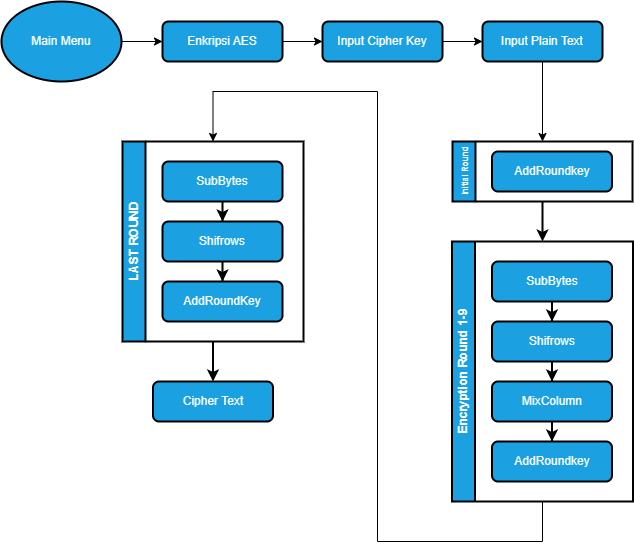
Before: image/Encrypt_AES.png, a diagram exported from draw.io (Cobalttt2311/Kelompok-B6). Source tidied: cells renumbered, new cells last; positions are measured from the earlier drawing's top-left corner, leaving out a move shared by most shapes.
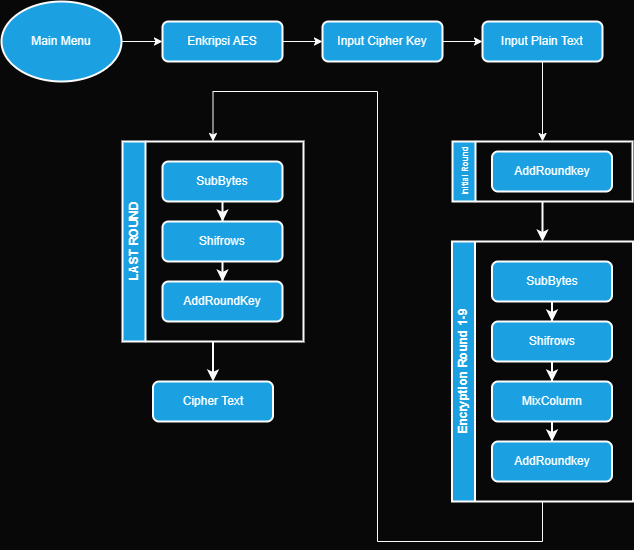
After the change.

What changed in the source:
```diff
@@ -1,26 +1,26 @@
-<mxGraphModel>
+<mxGraphModel background="#080808">
   <root>
     <mxCell id="0" />
     <mxCell id="1" parent="0" />
-    <mxCell id="2" style="edgeStyle=orthogonalEdgeStyle;rounded=0;jettySize=auto;html=1;entryX=0;entryY=0.5;entryDx=0;entryDy=0;" parent="1" edge="1" source="3" target="5">
+    <mxCell id="2" style="edgeStyle=orthogonalEdgeStyle;rounded=0;jettySize=auto;html=1;entryX=0;entryY=0.5;entryDx=0;entryDy=0;strokeColor=#fdfcfc;" parent="1" edge="1" source="3" target="5">
       <mxGeometry relative="1" as="geometry" />
     </mxCell>
-    <mxCell id="3" value="Enkripsi AES" style="rounded=1;whiteSpace=wrap;html=1;fontSize=12;glass=0;strokeWidth=2;shadow=0;fillColor=#1ba1e2;strokeColor=#000000;fontColor=#ffffff;" parent="1" vertex="1">
+    <mxCell id="3" value="Enkripsi AES" style="rounded=1;whiteSpace=wrap;html=1;fontSize=12;glass=0;strokeWidth=2;shadow=0;fillColor=#1ba1e2;strokeColor=#fdfcfc;fontColor=#ffffff;" parent="1" vertex="1">
       <mxGeometry x="161" y="20" width="120" height="40" as="geometry" />
     </mxCell>
-    <mxCell id="4" style="edgeStyle=orthogonalEdgeStyle;rounded=0;jettySize=auto;html=1;entryX=0;entryY=0.5;entryDx=0;entryDy=0;" parent="1" edge="1" source="5" target="7">
+    <mxCell id="4" style="edgeStyle=orthogonalEdgeStyle;rounded=0;jettySize=auto;html=1;entryX=0;entryY=0.5;entryDx=0;entryDy=0;strokeColor=#fdfcfc;" parent="1" edge="1" source="5" target="7">
       <mxGeometry relative="1" as="geometry" />
     </mxCell>
-    <mxCell id="5" value="Input Cipher Key" style="rounded=1;whiteSpace=wrap;html=1;fontSize=12;glass=0;strokeWidth=2;shadow=0;fillColor=#1ba1e2;strokeColor=#000000;fontColor=#ffffff;" parent="1" vertex="1">
+    <mxCell id="5" value="Input Cipher Key" style="rounded=1;whiteSpace=wrap;html=1;fontSize=12;glass=0;strokeWidth=2;shadow=0;fillColor=#1ba1e2;strokeColor=#fdfcfc;fontColor=#ffffff;" parent="1" vertex="1">
       <mxGeometry x="321" y="20" width="120" height="40" as="geometry" />
     </mxCell>
-    <mxCell id="6" style="edgeStyle=orthogonalEdgeStyle;rounded=0;jettySize=auto;html=1;entryX=0.5;entryY=0;entryDx=0;entryDy=0;" parent="1" edge="1" source="7" target="18">
+    <mxCell id="6" style="edgeStyle=orthogonalEdgeStyle;rounded=0;jettySize=auto;html=1;entryX=0.5;entryY=0;entryDx=0;entryDy=0;strokeColor=#fdfcfc;" parent="1" edge="1" source="7" target="18">
       <mxGeometry relative="1" as="geometry" />
     </mxCell>
-    <mxCell id="7" value="Input Plain Text" style="rounded=1;whiteSpace=wrap;html=1;fontSize=12;glass=0;strokeWidth=2;shadow=0;fillColor=#1ba1e2;strokeColor=#000000;fontColor=#ffffff;" parent="1" vertex="1">
+    <mxCell id="7" value="Input Plain Text" style="rounded=1;whiteSpace=wrap;html=1;fontSize=12;glass=0;strokeWidth=2;shadow=0;fillColor=#1ba1e2;strokeColor=#fdfcfc;fontColor=#ffffff;" parent="1" vertex="1">
       <mxGeometry x="481" y="20" width="120" height="40" as="geometry" />
     </mxCell>
-    <mxCell id="8" style="edgeStyle=orthogonalEdgeStyle;rounded=0;jettySize=auto;html=1;entryX=0.5;entryY=0;entryDx=0;entryDy=0;" parent="1" edge="1" source="9" target="21">
+    <mxCell id="8" style="edgeStyle=orthogonalEdgeStyle;rounded=0;jettySize=auto;html=1;entryX=0.5;entryY=0;entryDx=0;entryDy=0;strokeColor=#fdfcfc;" parent="1" edge="1" source="9" target="21">
       <mxGeometry relative="1" as="geometry">
         <Array as="points">
           <mxPoint x="541" y="540" />
@@ -30,67 +30,67 @@
         </Array>
       </mxGeometry>
     </mxCell>
-    <mxCell id="9" value="Encryption Round 1-9" style="swimlane;horizontal=0;whiteSpace=wrap;html=1;fillColor=#1ba1e2;strokeColor=#000000;fontColor=#ffffff;strokeWidth=2;" parent="1" vertex="1">
+    <mxCell id="9" value="Encryption Round 1-9" style="swimlane;horizontal=0;whiteSpace=wrap;html=1;fillColor=#1ba1e2;strokeColor=#fdfcfc;fontColor=#ffffff;strokeWidth=2;" parent="1" vertex="1">
       <mxGeometry x="450.5" y="240" width="181" height="260" as="geometry" />
     </mxCell>
-    <mxCell id="10" style="edgeStyle=orthogonalEdgeStyle;rounded=0;jettySize=auto;html=1;entryX=0.5;entryY=0;entryDx=0;entryDy=0;fillColor=#1ba1e2;strokeColor=#000000;strokeWidth=2;" parent="9" edge="1" source="11" target="13">
+    <mxCell id="10" style="edgeStyle=orthogonalEdgeStyle;rounded=0;jettySize=auto;html=1;entryX=0.5;entryY=0;entryDx=0;entryDy=0;fillColor=#1ba1e2;strokeColor=#fdfcfc;strokeWidth=2;" parent="9" edge="1" source="11" target="13">
       <mxGeometry relative="1" as="geometry" />
     </mxCell>
-    <mxCell id="11" value="SubBytes" style="rounded=1;whiteSpace=wrap;html=1;fontSize=12;glass=0;strokeWidth=2;shadow=0;fillColor=#1ba1e2;strokeColor=#000000;fontColor=#ffffff;" parent="9" vertex="1">
+    <mxCell id="11" value="SubBytes" style="rounded=1;whiteSpace=wrap;html=1;fontSize=12;glass=0;strokeWidth=2;shadow=0;fillColor=#1ba1e2;strokeColor=#fdfcfc;fontColor=#ffffff;" parent="9" vertex="1">
       <mxGeometry x="40" y="20" width="120" height="40" as="geometry" />
     </mxCell>
-    <mxCell id="12" style="edgeStyle=orthogonalEdgeStyle;rounded=0;jettySize=auto;html=1;entryX=0.5;entryY=0;entryDx=0;entryDy=0;fillColor=#1ba1e2;strokeColor=#000000;strokeWidth=2;" parent="9" edge="1" source="13" target="15">
+    <mxCell id="12" style="edgeStyle=orthogonalEdgeStyle;rounded=0;jettySize=auto;html=1;entryX=0.5;entryY=0;entryDx=0;entryDy=0;fillColor=#1ba1e2;strokeColor=#fdfcfc;strokeWidth=2;" parent="9" edge="1" source="13" target="15">
       <mxGeometry relative="1" as="geometry" />
     </mxCell>
-    <mxCell id="13" value="Shifrows" style="rounded=1;whiteSpace=wrap;html=1;fontSize=12;glass=0;strokeWidth=2;shadow=0;fillColor=#1ba1e2;strokeColor=#000000;fontColor=#ffffff;" parent="9" vertex="1">
+    <mxCell id="13" value="Shifrows" style="rounded=1;whiteSpace=wrap;html=1;fontSize=12;glass=0;strokeWidth=2;shadow=0;fillColor=#1ba1e2;strokeColor=#fdfcfc;fontColor=#ffffff;" parent="9" vertex="1">
       <mxGeometry x="40" y="80" width="120" height="40" as="geometry" />
     </mxCell>
-    <mxCell id="14" style="edgeStyle=orthogonalEdgeStyle;rounded=0;jettySize=auto;html=1;entryX=0.5;entryY=0;entryDx=0;entryDy=0;fillColor=#1ba1e2;strokeColor=#000000;strokeWidth=2;" parent="9" edge="1" source="15" target="16">
+    <mxCell id="14" style="edgeStyle=orthogonalEdgeStyle;rounded=0;jettySize=auto;html=1;entryX=0.5;entryY=0;entryDx=0;entryDy=0;fillColor=#1ba1e2;strokeColor=#fdfcfc;strokeWidth=2;" parent="9" edge="1" source="15" target="16">
       <mxGeometry relative="1" as="geometry" />
     </mxCell>
-    <mxCell id="15" value="MixColumn" style="rounded=1;whiteSpace=wrap;html=1;fontSize=12;glass=0;strokeWidth=2;shadow=0;fillColor=#1ba1e2;strokeColor=#000000;fontColor=#ffffff;" parent="9" vertex="1">
+    <mxCell id="15" value="MixColumn" style="rounded=1;whiteSpace=wrap;html=1;fontSize=12;glass=0;strokeWidth=2;shadow=0;fillColor=#1ba1e2;strokeColor=#fdfcfc;fontColor=#ffffff;" parent="9" vertex="1">
       <mxGeometry x="40" y="140" width="120" height="40" as="geometry" />
     </mxCell>
-    <mxCell id="16" value="AddRoundkey" style="rounded=1;whiteSpace=wrap;html=1;fontSize=12;glass=0;strokeWidth=2;shadow=0;fillColor=#1ba1e2;strokeColor=#000000;fontColor=#ffffff;" parent="9" vertex="1">
+    <mxCell id="16" value="AddRoundkey" style="rounded=1;whiteSpace=wrap;html=1;fontSize=12;glass=0;strokeWidth=2;shadow=0;fillColor=#1ba1e2;strokeColor=#fdfcfc;fontColor=#ffffff;" parent="9" vertex="1">
       <mxGeometry x="40" y="200" width="120" height="40" as="geometry" />
     </mxCell>
-    <mxCell id="17" style="edgeStyle=orthogonalEdgeStyle;rounded=0;jettySize=auto;html=1;entryX=0.5;entryY=0;entryDx=0;entryDy=0;fillColor=#1ba1e2;strokeColor=#000000;strokeWidth=2;" parent="1" edge="1" source="18" target="9">
+    <mxCell id="17" style="edgeStyle=orthogonalEdgeStyle;rounded=0;jettySize=auto;html=1;entryX=0.5;entryY=0;entryDx=0;entryDy=0;fillColor=#1ba1e2;strokeColor=#fdfcfc;strokeWidth=2;" parent="1" edge="1" source="18" target="9">
       <mxGeometry relative="1" as="geometry" />
     </mxCell>
-    <mxCell id="18" value="&lt;font style=&quot;font-size: 8px;&quot;&gt;Initial Round&lt;/font&gt;" style="swimlane;horizontal=0;whiteSpace=wrap;html=1;startSize=23;fillColor=#1ba1e2;strokeColor=#000000;fontColor=#ffffff;strokeWidth=2;" parent="1" vertex="1">
+    <mxCell id="18" value="&lt;font style=&quot;font-size: 8px;&quot;&gt;Initial Round&lt;/font&gt;" style="swimlane;horizontal=0;whiteSpace=wrap;html=1;startSize=23;fillColor=#1ba1e2;strokeColor=#fdfcfc;fontColor=#ffffff;strokeWidth=2;" parent="1" vertex="1">
       <mxGeometry x="451" y="140" width="180" height="60" as="geometry" />
     </mxCell>
-    <mxCell id="19" value="AddRoundkey" style="rounded=1;whiteSpace=wrap;html=1;fontSize=12;glass=0;strokeWidth=2;shadow=0;fillColor=#1ba1e2;strokeColor=#000000;fontColor=#ffffff;" parent="18" vertex="1">
+    <mxCell id="19" value="AddRoundkey" style="rounded=1;whiteSpace=wrap;html=1;fontSize=12;glass=0;strokeWidth=2;shadow=0;fillColor=#1ba1e2;strokeColor=#fdfcfc;fontColor=#ffffff;" parent="18" vertex="1">
       <mxGeometry x="39.5" y="10" width="120" height="40" as="geometry" />
     </mxCell>
-    <mxCell id="20" style="edgeStyle=orthogonalEdgeStyle;rounded=0;jettySize=auto;html=1;entryX=0.5;entryY=0;entryDx=0;entryDy=0;fillColor=#1ba1e2;strokeColor=#000000;strokeWidth=2;" parent="1" edge="1" source="21" target="27">
+    <mxCell id="20" style="edgeStyle=orthogonalEdgeStyle;rounded=0;jettySize=auto;html=1;entryX=0.5;entryY=0;entryDx=0;entryDy=0;fillColor=#1ba1e2;strokeColor=#fdfcfc;strokeWidth=2;" parent="1" edge="1" source="21" target="27">
       <mxGeometry relative="1" as="geometry" />
     </mxCell>
-    <mxCell id="21" value="LAST ROUND" style="swimlane;horizontal=0;whiteSpace=wrap;html=1;fillColor=#1ba1e2;strokeColor=#000000;fontColor=#ffffff;strokeWidth=2;" parent="1" vertex="1">
+    <mxCell id="21" value="LAST ROUND" style="swimlane;horizontal=0;whiteSpace=wrap;html=1;fillColor=#1ba1e2;strokeColor=#fdfcfc;fontColor=#ffffff;strokeWidth=2;" parent="1" vertex="1">
       <mxGeometry x="121" y="140" width="181" height="200" as="geometry" />
     </mxCell>
-    <mxCell id="22" style="edgeStyle=orthogonalEdgeStyle;rounded=0;jettySize=auto;html=1;entryX=0.5;entryY=0;entryDx=0;entryDy=0;fillColor=#1ba1e2;strokeColor=#000000;strokeWidth=2;" parent="21" edge="1" source="23" target="25">
+    <mxCell id="22" style="edgeStyle=orthogonalEdgeStyle;rounded=0;jettySize=auto;html=1;entryX=0.5;entryY=0;entryDx=0;entryDy=0;fillColor=#1ba1e2;strokeColor=#fdfcfc;strokeWidth=2;" parent="21" edge="1" source="23" target="25">
       <mxGeometry relative="1" as="geometry" />
     </mxCell>
-    <mxCell id="23" value="SubBytes" style="rounded=1;whiteSpace=wrap;html=1;fontSize=12;glass=0;strokeWidth=2;shadow=0;fillColor=#1ba1e2;strokeColor=#000000;fontColor=#ffffff;" parent="21" vertex="1">
+    <mxCell id="23" value="SubBytes" style="rounded=1;whiteSpace=wrap;html=1;fontSize=12;glass=0;strokeWidth=2;shadow=0;fillColor=#1ba1e2;strokeColor=#fdfcfc;fontColor=#ffffff;" parent="21" vertex="1">
       <mxGeometry x="40" y="20" width="120" height="40" as="geometry" />
     </mxCell>
-    <mxCell id="24" style="edgeStyle=orthogonalEdgeStyle;rounded=0;jettySize=auto;html=1;entryX=0.5;entryY=0;entryDx=0;entryDy=0;fillColor=#1ba1e2;strokeColor=#000000;strokeWidth=2;" parent="21" edge="1" source="25" target="26">
+    <mxCell id="24" style="edgeStyle=orthogonalEdgeStyle;rounded=0;jettySize=auto;html=1;entryX=0.5;entryY=0;entryDx=0;entryDy=0;fillColor=#1ba1e2;strokeColor=#fdfcfc;strokeWidth=2;" parent="21" edge="1" source="25" target="26">
       <mxGeometry relative="1" as="geometry" />
     </mxCell>
-    <mxCell id="25" value="Shifrows" style="rounded=1;whiteSpace=wrap;html=1;fontSize=12;glass=0;strokeWidth=2;shadow=0;fillColor=#1ba1e2;strokeColor=#000000;fontColor=#ffffff;" parent="21" vertex="1">
+    <mxCell id="25" value="Shifrows" style="rounded=1;whiteSpace=wrap;html=1;fontSize=12;glass=0;strokeWidth=2;shadow=0;fillColor=#1ba1e2;strokeColor=#fdfcfc;fontColor=#ffffff;" parent="21" vertex="1">
       <mxGeometry x="40" y="80" width="120" height="40" as="geometry" />
     </mxCell>
-    <mxCell id="26" value="AddRoundKey" style="rounded=1;whiteSpace=wrap;html=1;fontSize=12;glass=0;strokeWidth=2;shadow=0;fillColor=#1ba1e2;strokeColor=#000000;fontColor=#ffffff;" parent="21" vertex="1">
+    <mxCell id="26" value="AddRoundKey" style="rounded=1;whiteSpace=wrap;html=1;fontSize=12;glass=0;strokeWidth=2;shadow=0;fillColor=#1ba1e2;strokeColor=#fdfcfc;fontColor=#ffffff;" parent="21" vertex="1">
       <mxGeometry x="40" y="140" width="120" height="40" as="geometry" />
     </mxCell>
-    <mxCell id="27" value="Cipher Text" style="rounded=1;whiteSpace=wrap;html=1;fontSize=12;glass=0;strokeWidth=2;shadow=0;fillColor=#1ba1e2;strokeColor=#000000;fontColor=#ffffff;" parent="1" vertex="1">
+    <mxCell id="27" value="Cipher Text" style="rounded=1;whiteSpace=wrap;html=1;fontSize=12;glass=0;strokeWidth=2;shadow=0;fillColor=#1ba1e2;strokeColor=#fdfcfc;fontColor=#ffffff;" parent="1" vertex="1">
       <mxGeometry x="151.5" y="380" width="120" height="40" as="geometry" />
     </mxCell>
-    <mxCell id="28" style="edgeStyle=orthogonalEdgeStyle;rounded=0;jettySize=auto;html=1;entryX=0;entryY=0.5;entryDx=0;entryDy=0;" parent="1" edge="1" source="29" target="3">
+    <mxCell id="28" style="edgeStyle=orthogonalEdgeStyle;rounded=0;jettySize=auto;html=1;entryX=0;entryY=0.5;entryDx=0;entryDy=0;strokeColor=#fdfcfc;" parent="1" edge="1" source="29" target="3">
       <mxGeometry relative="1" as="geometry" />
     </mxCell>
-    <mxCell id="29" value="Main Menu" style="ellipse;whiteSpace=wrap;html=1;fillColor=#1ba1e2;strokeColor=#000000;fontColor=#ffffff;strokeWidth=2;" parent="1" vertex="1">
+    <mxCell id="29" value="Main Menu" style="ellipse;whiteSpace=wrap;html=1;fillColor=#1ba1e2;strokeColor=#fdfcfc;fontColor=#ffffff;strokeWidth=2;" parent="1" vertex="1">
       <mxGeometry width="120" height="80" as="geometry" />
     </mxCell>
   </root>
```
